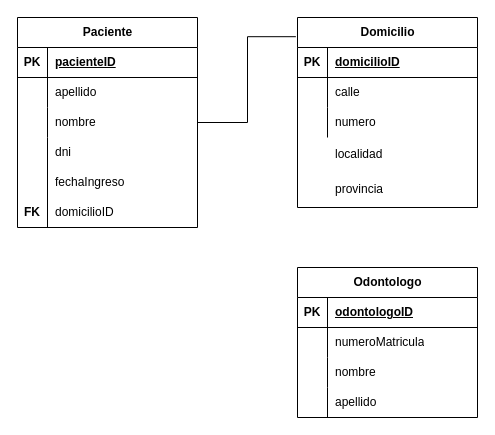
Earlier version of the draw.io diagram assets/clinica.drawio (Digital-House-Repos/clinicaspring). Source tidied: cells renumbered, new cells numbered last; positions are measured from the earlier drawing's top-left corner, leaving out a move shared by most shapes. Both pictures are drawn from the tidied source at 100%, with x=0, y=0 at pixel (17, 17).
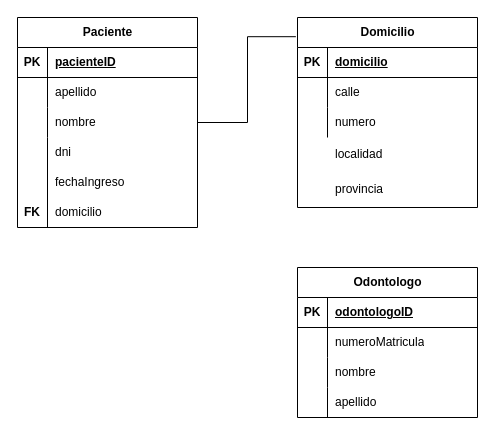
After the change.

Commit message (it also covers changes not shown here):
Refactor attribute domicilio

Unchanged cells that the change refers to:
```xml
<mxCell id="2" style="group;" parent="1" vertex="1">
  <mxGeometry width="180" height="210" as="geometry" />
</mxCell>
<mxCell id="23" style="shape=tableRow;horizontal=0;startSize=0;swimlaneHead=0;swimlaneBody=0;fillColor=none;top=0;left=0;right=0;bottom=1;" parent="22" vertex="1">
  <mxGeometry y="30" width="180" height="30" as="geometry" />
</mxCell>
```

What changed in the source:
```diff
@@
-    <mxCell id="17" value="domicilioID" style="shape=partialRectangle;fillColor=none;top=0;left=0;bottom=0;right=0;align=left;spacingLeft=6;overflow=hidden;whiteSpace=wrap;html=1;" parent="2" vertex="1">
+    <mxCell id="17" value="domicilio" style="shape=partialRectangle;fillColor=none;top=0;left=0;bottom=0;right=0;align=left;spacingLeft=6;overflow=hidden;whiteSpace=wrap;html=1;" parent="2" vertex="1">
       <mxGeometry x="30" y="180" width="150" height="30" as="geometry" />
     </mxCell>
@@
-    <mxCell id="25" value="domicilioID" style="shape=partialRectangle;fillColor=none;top=0;left=0;bottom=0;right=0;align=left;spacingLeft=6;fontStyle=5;overflow=hidden;whiteSpace=wrap;html=1;" parent="23" vertex="1">
+    <mxCell id="25" value="domicilio" style="shape=partialRectangle;fillColor=none;top=0;left=0;bottom=0;right=0;align=left;spacingLeft=6;fontStyle=5;overflow=hidden;whiteSpace=wrap;html=1;" parent="23" vertex="1">
       <mxGeometry x="30" width="150" height="30" as="geometry" />
     </mxCell>
```
